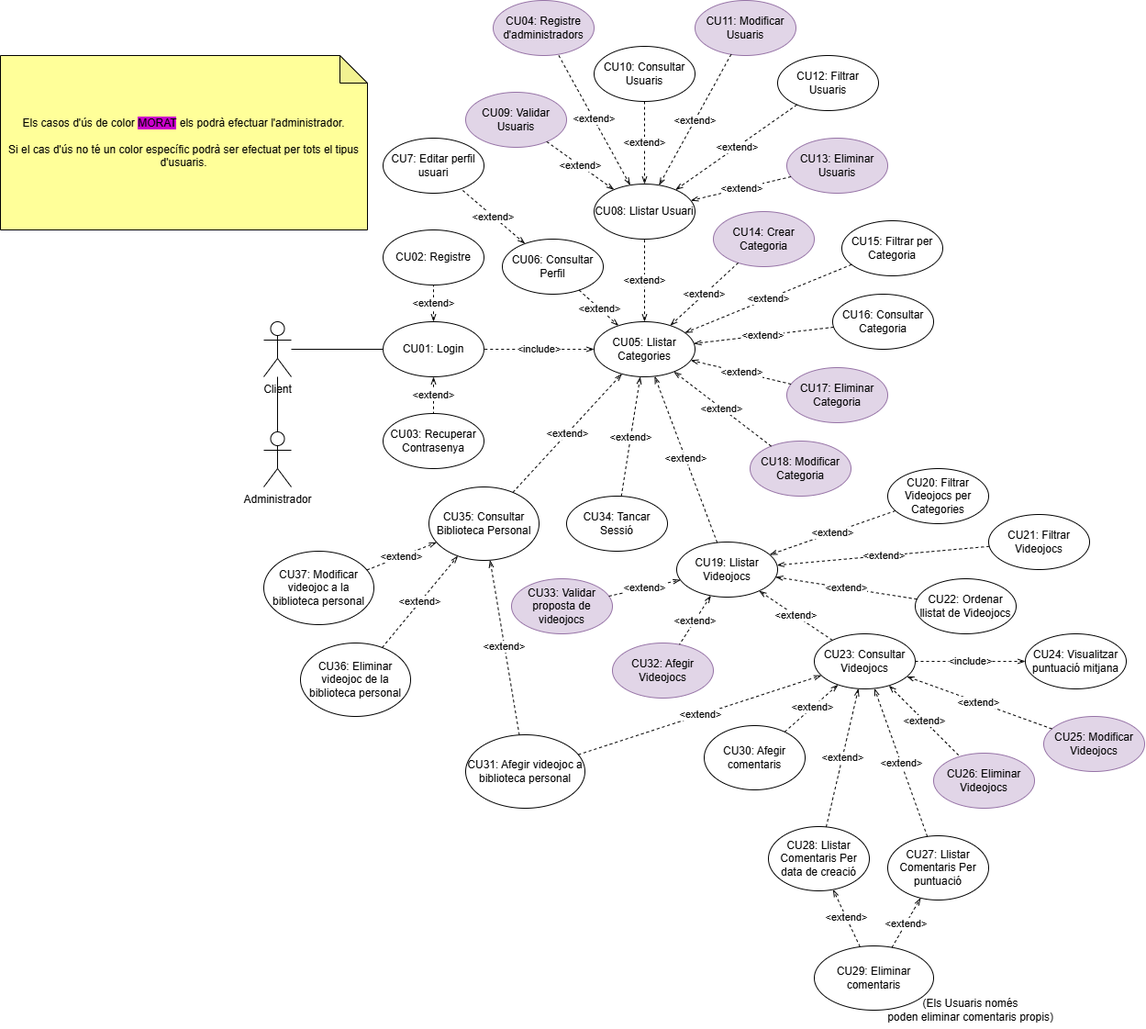
This is Asciidocs/DiagramaCasDUs.png from yzmelero/GameDex, a draw.io export, as it was before one commit. Source tidied: cells renumbered, new cells last; positions are measured from the earlier drawing's top-left corner, leaving out a move shared by most shapes.
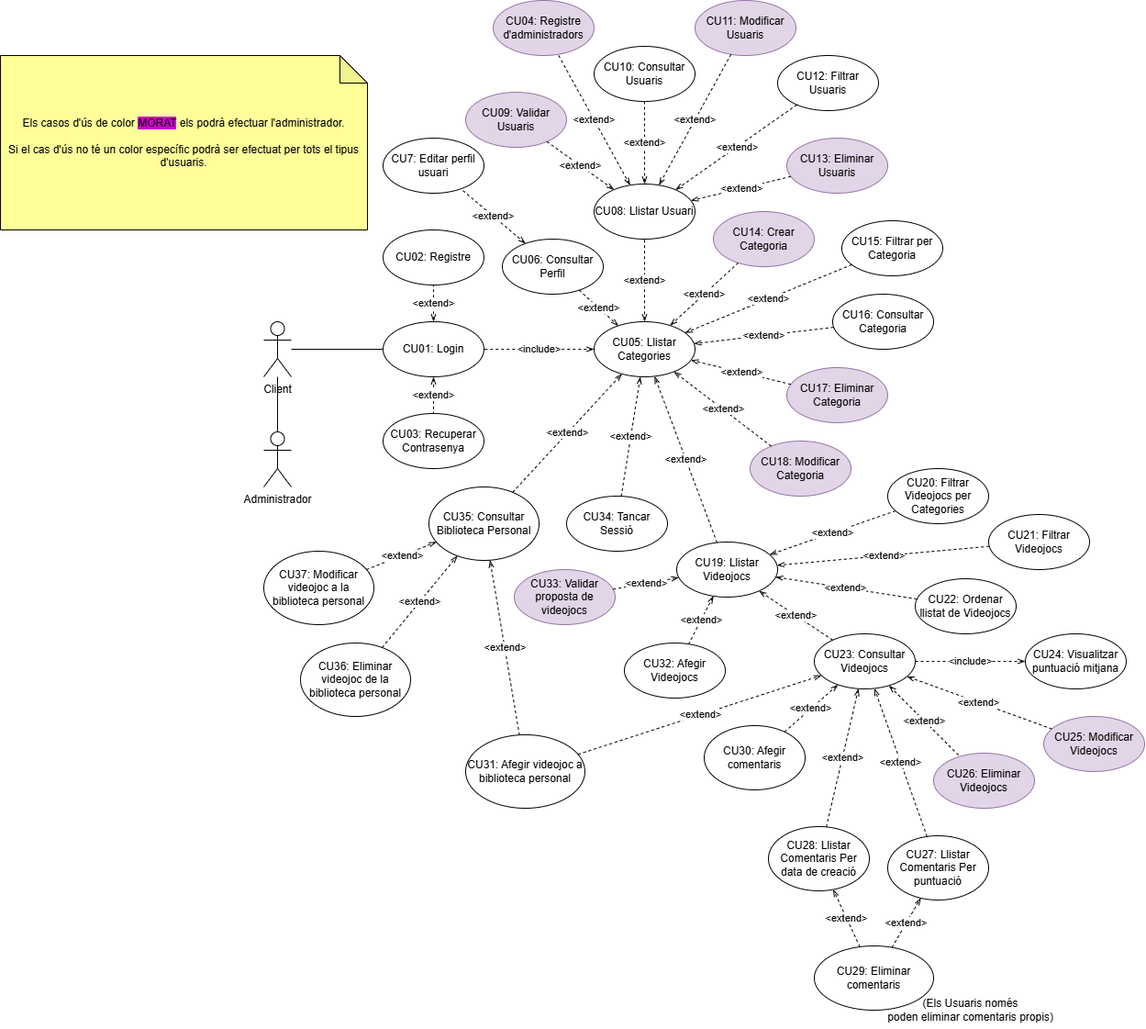
Above is the later version.

Commit message:
actualizar foto diagrama cas d'us

The edit, as a diff of the source:
```diff
@@ -137,8 +137,8 @@
     <mxCell id="46" value="CU23: Consultar Videojocs" style="ellipse;whiteSpace=wrap;html=1;" parent="1" vertex="1">
       <mxGeometry x="887" y="690" width="110" height="60" as="geometry" />
     </mxCell>
-    <mxCell id="47" value="CU32: Afegir Videojocs" style="ellipse;whiteSpace=wrap;html=1;fillColor=#e1d5e7;strokeColor=#9673a6;" parent="1" vertex="1">
-      <mxGeometry x="667" y="700" width="110" height="60" as="geometry" />
+    <mxCell id="47" value="CU32: Afegir Videojocs" style="ellipse;whiteSpace=wrap;html=1;" parent="1" vertex="1">
+      <mxGeometry x="680" y="700" width="110" height="60" as="geometry" />
     </mxCell>
     <mxCell id="48" value="CU25: Modificar Videojocs" style="ellipse;whiteSpace=wrap;html=1;fillColor=#e1d5e7;strokeColor=#9673a6;" parent="1" vertex="1">
       <mxGeometry x="1137" y="780" width="110" height="60" as="geometry" />
@@ -156,7 +156,7 @@
       <mxGeometry relative="1" as="geometry" />
     </mxCell>
     <mxCell id="53" value="CU33: Validar proposta de videojocs" style="ellipse;whiteSpace=wrap;html=1;fillColor=#e1d5e7;strokeColor=#9673a6;" parent="1" vertex="1">
-      <mxGeometry x="557" y="630" width="110" height="60" as="geometry" />
+      <mxGeometry x="560" y="620" width="110" height="60" as="geometry" />
     </mxCell>
     <mxCell id="54" value="&amp;lt;extend&amp;gt;" style="endArrow=openThin;html=1;rounded=0;dashed=1;endFill=0;" parent="1" edge="1" source="53" target="43">
       <mxGeometry relative="1" as="geometry" />
```
